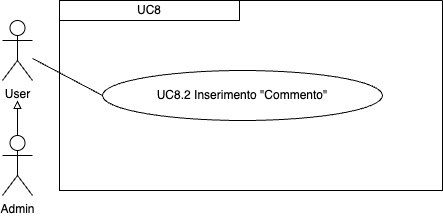
ShameIRL/farmacode keeps this draw.io diagram as imgs/Uml/UC8.2.png. Above is the earlier version. Source tidied: cells renumbered, new cells last; positions are measured from the earlier drawing's top-left corner, leaving out a move shared by most shapes.
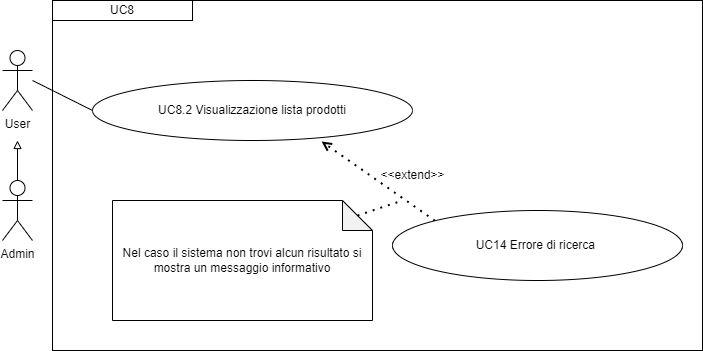
After the commit.

What changed in the source:
```diff
@@ -3,27 +3,46 @@
     <mxCell id="0" />
     <mxCell id="1" parent="0" />
     <mxCell id="2" value="User" style="shape=umlActor;verticalLabelPosition=bottom;verticalAlign=top;html=1;outlineConnect=0;" parent="1" vertex="1">
-      <mxGeometry y="20" width="30" height="60" as="geometry" />
+      <mxGeometry x="-10" y="-200" width="30" height="60" as="geometry" />
     </mxCell>
-    <mxCell id="3" style="swimlane;startSize=0;" parent="1" vertex="1">
-      <mxGeometry x="57" width="383" height="190" as="geometry" />
-    </mxCell>
+    <mxCell id="9" value="&lt;div&gt;UC8.2 Visualizzazione lista prodotti&lt;/div&gt;" style="ellipse;whiteSpace=wrap;html=1;" parent="1" vertex="1">
+      <mxGeometry x="80" y="-170" width="320" height="60" as="geometry" />
+    </mxCell>
+    <mxCell id="10" style="endArrow=none;html=1;rounded=0;entryX=0;entryY=0.5;entryDx=0;entryDy=0;" parent="1" edge="1" target="9">
+      <mxGeometry relative="1" as="geometry">
+        <mxPoint x="20" y="-170" as="sourcePoint" />
+      </mxGeometry>
+    </mxCell>
-    <mxCell id="4" value="UC8" style="rounded=0;whiteSpace=wrap;html=1;" parent="3" vertex="1">
-      <mxGeometry width="180" height="20" as="geometry" />
+    <mxCell id="4" value="&lt;div&gt;UC8&lt;/div&gt;" style="rounded=0;whiteSpace=wrap;html=1;" parent="1" vertex="1">
+      <mxGeometry x="40" y="-250" width="140" height="20" as="geometry" />
     </mxCell>
-    <mxCell id="5" value="UC8.2 Inserimento &quot;Commento&quot;" style="ellipse;whiteSpace=wrap;html=1;" parent="3" vertex="1">
-      <mxGeometry x="43" y="70" width="280" height="50" as="geometry" />
-    </mxCell>
-    <mxCell id="6" style="edgeStyle=orthogonalEdgeStyle;rounded=0;jettySize=auto;html=1;exitX=0.5;exitY=0;exitDx=0;exitDy=0;exitPerimeter=0;endArrow=block;endFill=0;" parent="1" edge="1" source="7">
-      <mxGeometry relative="1" as="geometry">
-        <mxPoint x="15" y="100" as="targetPoint" />
-      </mxGeometry>
-    </mxCell>
+    <mxCell id="11" value="Nel caso il sistema non trovi alcun risultato si mostra un messaggio informativo" style="shape=note;whiteSpace=wrap;html=1;backgroundOutline=1;darkOpacity=0.05;" parent="1" vertex="1">
+      <mxGeometry x="100" y="-50" width="260" height="120" as="geometry" />
+    </mxCell>
+    <mxCell id="12" style="endArrow=open;dashed=1;html=1;dashPattern=1 3;strokeWidth=2;rounded=0;entryX=0.716;entryY=1.017;entryDx=0;entryDy=0;entryPerimeter=0;exitX=0;exitY=0;exitDx=0;exitDy=0;" parent="1" edge="1" source="13" target="9">
+      <mxGeometry relative="1" as="geometry" />
+    </mxCell>
+    <mxCell id="13" value="UC14 Errore di ricerca&amp;nbsp;" style="ellipse;whiteSpace=wrap;html=1;" parent="1" vertex="1">
+      <mxGeometry x="380" y="-40" width="290" height="70" as="geometry" />
+    </mxCell>
+    <mxCell id="14" style="endArrow=none;dashed=1;html=1;dashPattern=1 3;strokeWidth=2;rounded=0;exitX=0;exitY=0;exitDx=245;exitDy=15;exitPerimeter=0;endFill=0;" parent="1" edge="1" source="11">
+      <mxGeometry relative="1" as="geometry">
+        <mxPoint x="390" y="-50" as="targetPoint" />
+      </mxGeometry>
+    </mxCell>
+    <mxCell id="15" value="&amp;lt;&amp;lt;extend&amp;gt;&amp;gt;" style="text;html=1;align=center;verticalAlign=middle;strokeColor=none;fillColor=none;" parent="1" vertex="1">
+      <mxGeometry x="355" y="-90" width="90" height="30" as="geometry" />
+    </mxCell>
+    <mxCell id="16" style="rounded=0;whiteSpace=wrap;html=1;fillColor=none;" parent="1" vertex="1">
+      <mxGeometry x="40" y="-250" width="650" height="350" as="geometry" />
+    </mxCell>
     <mxCell id="7" value="Admin" style="shape=umlActor;verticalLabelPosition=bottom;verticalAlign=top;html=1;outlineConnect=0;" parent="1" vertex="1">
-      <mxGeometry y="135" width="30" height="60" as="geometry" />
+      <mxGeometry x="-10" y="-70" width="30" height="60" as="geometry" />
     </mxCell>
-    <mxCell id="8" style="endArrow=none;html=1;rounded=0;entryX=0;entryY=0.5;entryDx=0;entryDy=0;" parent="1" edge="1" source="2" target="5">
-      <mxGeometry relative="1" as="geometry" />
-    </mxCell>
+    <mxCell id="17" style="endArrow=block;html=1;rounded=0;exitX=0.5;exitY=0;exitDx=0;exitDy=0;exitPerimeter=0;endFill=0;" parent="1" edge="1" source="7">
+      <mxGeometry relative="1" as="geometry">
+        <mxPoint x="5" y="-110" as="targetPoint" />
+      </mxGeometry>
+    </mxCell>
   </root>
 </mxGraphModel>
```
